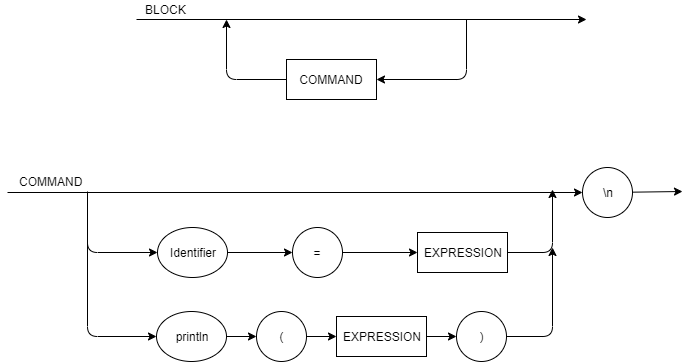
Above: diagrama-sintatico2.png in GiuPassarelli/LogicaComp (draw.io), before the change. Source tidied: cells renumbered, new cells last; positions are measured from the earlier drawing's top-left corner, leaving out a move shared by most shapes.
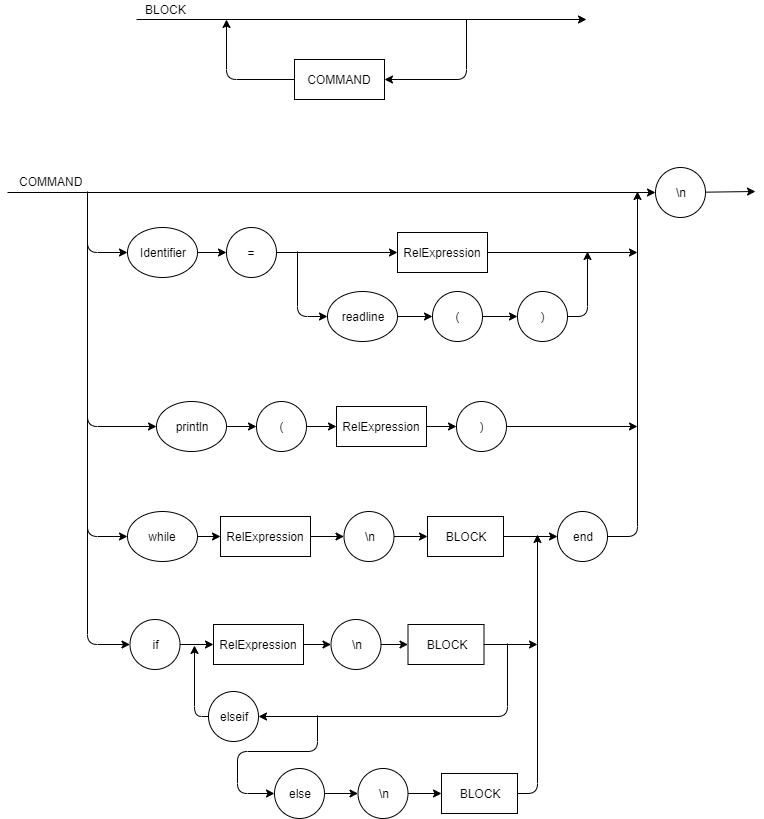
The same diagram one commit later.

The edit, as a diff of the source:
```diff
@@ -9,7 +9,7 @@
       </mxGeometry>
     </mxCell>
     <mxCell id="3" value="COMMAND" style="rounded=0;whiteSpace=wrap;html=1;" parent="1" vertex="1">
-      <mxGeometry x="279" y="59" width="90" height="40" as="geometry" />
+      <mxGeometry x="287" y="59" width="90" height="40" as="geometry" />
     </mxCell>
     <mxCell id="4" style="endArrow=classic;html=1;entryX=1;entryY=0.5;entryDx=0;entryDy=0;" parent="1" edge="1" target="3">
       <mxGeometry relative="1" as="geometry">
@@ -32,11 +32,11 @@
     </mxCell>
     <mxCell id="7" style="endArrow=classic;html=1;" parent="1" edge="1" source="8">
       <mxGeometry relative="1" as="geometry">
-        <mxPoint x="675" y="191" as="targetPoint" />
+        <mxPoint x="748" y="191" as="targetPoint" />
       </mxGeometry>
     </mxCell>
     <mxCell id="8" value="\n" style="ellipse;whiteSpace=wrap;html=1;" parent="1" vertex="1">
-      <mxGeometry x="575" y="167" width="50" height="50" as="geometry" />
+      <mxGeometry x="648" y="167" width="50" height="50" as="geometry" />
     </mxCell>
     <mxCell id="9" style="endArrow=classic;html=1;" parent="1" edge="1" target="8">
       <mxGeometry relative="1" as="geometry">
@@ -47,25 +47,17 @@
       <mxGeometry relative="1" as="geometry" />
     </mxCell>
     <mxCell id="11" value="Identifier" style="ellipse;whiteSpace=wrap;html=1;" parent="1" vertex="1">
-      <mxGeometry x="150" y="227" width="70" height="50" as="geometry" />
+      <mxGeometry x="120" y="227" width="70" height="50" as="geometry" />
     </mxCell>
     <mxCell id="12" style="edgeStyle=orthogonalEdgeStyle;rounded=0;jettySize=auto;html=1;exitX=1;exitY=0.5;exitDx=0;exitDy=0;entryX=0;entryY=0.5;entryDx=0;entryDy=0;" parent="1" edge="1" source="13" target="14">
       <mxGeometry relative="1" as="geometry" />
     </mxCell>
     <mxCell id="13" value="=" style="ellipse;whiteSpace=wrap;html=1;" parent="1" vertex="1">
-      <mxGeometry x="285" y="227" width="50" height="50" as="geometry" />
+      <mxGeometry x="219" y="227" width="50" height="50" as="geometry" />
     </mxCell>
-    <mxCell id="14" value="EXPRESSION" style="rounded=0;whiteSpace=wrap;html=1;" parent="1" vertex="1">
-      <mxGeometry x="410" y="232" width="90" height="40" as="geometry" />
+    <mxCell id="14" value="RelExpression" style="rounded=0;whiteSpace=wrap;html=1;" parent="1" vertex="1">
+      <mxGeometry x="390" y="232" width="90" height="40" as="geometry" />
     </mxCell>
-    <mxCell id="15" style="endArrow=classic;html=1;exitX=1;exitY=0.5;exitDx=0;exitDy=0;" parent="1" edge="1" source="14">
-      <mxGeometry relative="1" as="geometry">
-        <mxPoint x="545" y="189" as="targetPoint" />
-        <Array as="points">
-          <mxPoint x="545" y="252" />
-        </Array>
-      </mxGeometry>
-    </mxCell>
     <mxCell id="16" style="endArrow=classic;html=1;entryX=0;entryY=0.5;entryDx=0;entryDy=0;" parent="1" edge="1" target="11">
       <mxGeometry relative="1" as="geometry">
         <mxPoint x="80" y="191" as="sourcePoint" />
@@ -78,41 +70,203 @@
       <mxGeometry relative="1" as="geometry" />
     </mxCell>
     <mxCell id="18" value="println" style="ellipse;whiteSpace=wrap;html=1;" parent="1" vertex="1">
-      <mxGeometry x="149" y="311" width="70" height="50" as="geometry" />
+      <mxGeometry x="149" y="401" width="70" height="50" as="geometry" />
     </mxCell>
     <mxCell id="19" style="edgeStyle=orthogonalEdgeStyle;rounded=0;jettySize=auto;html=1;exitX=1;exitY=0.5;exitDx=0;exitDy=0;entryX=0;entryY=0.5;entryDx=0;entryDy=0;" parent="1" edge="1" source="20" target="22">
       <mxGeometry relative="1" as="geometry" />
     </mxCell>
     <mxCell id="20" value="(" style="ellipse;whiteSpace=wrap;html=1;" parent="1" vertex="1">
-      <mxGeometry x="249" y="311" width="50" height="50" as="geometry" />
+      <mxGeometry x="249" y="401" width="50" height="50" as="geometry" />
     </mxCell>
     <mxCell id="21" style="edgeStyle=orthogonalEdgeStyle;rounded=0;jettySize=auto;html=1;exitX=1;exitY=0.5;exitDx=0;exitDy=0;entryX=0;entryY=0.5;entryDx=0;entryDy=0;" parent="1" edge="1" source="22" target="23">
       <mxGeometry relative="1" as="geometry" />
     </mxCell>
-    <mxCell id="22" value="EXPRESSION" style="rounded=0;whiteSpace=wrap;html=1;" parent="1" vertex="1">
-      <mxGeometry x="329" y="316" width="90" height="40" as="geometry" />
+    <mxCell id="22" value="RelExpression" style="rounded=0;whiteSpace=wrap;html=1;" parent="1" vertex="1">
+      <mxGeometry x="329" y="406" width="90" height="40" as="geometry" />
     </mxCell>
     <mxCell id="23" value=")" style="ellipse;whiteSpace=wrap;html=1;" parent="1" vertex="1">
-      <mxGeometry x="449" y="311" width="50" height="50" as="geometry" />
+      <mxGeometry x="449" y="401" width="50" height="50" as="geometry" />
     </mxCell>
     <mxCell id="24" style="endArrow=classic;html=1;entryX=0;entryY=0.5;entryDx=0;entryDy=0;" parent="1" edge="1" target="18">
       <mxGeometry relative="1" as="geometry">
         <mxPoint x="80" y="231" as="sourcePoint" />
         <Array as="points">
-          <mxPoint x="80" y="336" />
+          <mxPoint x="80" y="426" />
         </Array>
       </mxGeometry>
     </mxCell>
-    <mxCell id="25" style="endArrow=classic;html=1;exitX=1;exitY=0.5;exitDx=0;exitDy=0;" parent="1" edge="1" source="23">
+    <mxCell id="25" style="endArrow=classic;html=1;exitX=1;exitY=0.5;exitDx=0;exitDy=0;" parent="1" edge="1" source="43">
       <mxGeometry relative="1" as="geometry">
-        <mxPoint x="545" y="247" as="targetPoint" />
+        <mxPoint x="630" y="191" as="targetPoint" />
         <Array as="points">
-          <mxPoint x="545" y="336" />
+          <mxPoint x="630" y="536" />
         </Array>
       </mxGeometry>
     </mxCell>
     <mxCell id="26" value="COMMAND" style="text;html=1;align=left;verticalAlign=top;spacingTop=-4;" parent="1" vertex="1">
       <mxGeometry x="10" y="172" width="80" height="20" as="geometry" />
     </mxCell>
+    <mxCell id="27" style="endArrow=classic;html=1;exitX=1;exitY=0.5;exitDx=0;exitDy=0;" parent="1" edge="1" source="14">
+      <mxGeometry relative="1" as="geometry">
+        <mxPoint x="630" y="252" as="targetPoint" />
+      </mxGeometry>
+    </mxCell>
+    <mxCell id="28" value="readline" style="ellipse;whiteSpace=wrap;html=1;" parent="1" vertex="1">
+      <mxGeometry x="320" y="291" width="70" height="50" as="geometry" />
+    </mxCell>
+    <mxCell id="29" style="edgeStyle=orthogonalEdgeStyle;rounded=0;jettySize=auto;html=1;exitX=1;exitY=0.5;exitDx=0;exitDy=0;entryX=0;entryY=0.5;entryDx=0;entryDy=0;" parent="1" edge="1" source="28" target="30">
+      <mxGeometry relative="1" as="geometry" />
+    </mxCell>
+    <mxCell id="30" value="(" style="ellipse;whiteSpace=wrap;html=1;" parent="1" vertex="1">
+      <mxGeometry x="425" y="291" width="50" height="50" as="geometry" />
+    </mxCell>
+    <mxCell id="31" style="edgeStyle=orthogonalEdgeStyle;rounded=0;jettySize=auto;html=1;exitX=1;exitY=0.5;exitDx=0;exitDy=0;entryX=0;entryY=0.5;entryDx=0;entryDy=0;" parent="1" edge="1" source="30" target="32">
+      <mxGeometry relative="1" as="geometry" />
+    </mxCell>
+    <mxCell id="32" value=")" style="ellipse;whiteSpace=wrap;html=1;" parent="1" vertex="1">
+      <mxGeometry x="510" y="291" width="50" height="50" as="geometry" />
+    </mxCell>
+    <mxCell id="33" style="endArrow=classic;html=1;entryX=0;entryY=0.5;entryDx=0;entryDy=0;" parent="1" edge="1" target="28">
+      <mxGeometry relative="1" as="geometry">
+        <mxPoint x="290" y="251" as="sourcePoint" />
+        <Array as="points">
+          <mxPoint x="290" y="316" />
+        </Array>
+      </mxGeometry>
+    </mxCell>
+    <mxCell id="34" style="endArrow=classic;html=1;exitX=1;exitY=0.5;exitDx=0;exitDy=0;" parent="1" edge="1" source="32">
+      <mxGeometry relative="1" as="geometry">
+        <mxPoint x="580" y="251" as="targetPoint" />
+        <Array as="points">
+          <mxPoint x="580" y="316" />
+        </Array>
+      </mxGeometry>
+    </mxCell>
+    <mxCell id="35" value="while" style="ellipse;whiteSpace=wrap;html=1;" parent="1" vertex="1">
+      <mxGeometry x="120" y="511" width="70" height="50" as="geometry" />
+    </mxCell>
+    <mxCell id="36" value="RelExpression" style="rounded=0;whiteSpace=wrap;html=1;" parent="1" vertex="1">
+      <mxGeometry x="213" y="516" width="90" height="40" as="geometry" />
+    </mxCell>
+    <mxCell id="37" style="endArrow=classic;html=1;entryX=0;entryY=0.5;entryDx=0;entryDy=0;exitX=1;exitY=0.5;exitDx=0;exitDy=0;" parent="1" edge="1" source="35" target="36">
+      <mxGeometry relative="1" as="geometry" />
+    </mxCell>
+    <mxCell id="38" value="BLOCK" style="rounded=0;whiteSpace=wrap;html=1;" parent="1" vertex="1">
+      <mxGeometry x="420" y="516" width="76" height="40" as="geometry" />
+    </mxCell>
+    <mxCell id="39" value="\n" style="ellipse;whiteSpace=wrap;html=1;" parent="1" vertex="1">
+      <mxGeometry x="336.5" y="511" width="50" height="50" as="geometry" />
+    </mxCell>
+    <mxCell id="40" style="endArrow=classic;html=1;exitX=1;exitY=0.5;exitDx=0;exitDy=0;entryX=0;entryY=0.5;entryDx=0;entryDy=0;" parent="1" edge="1" source="36" target="39">
+      <mxGeometry relative="1" as="geometry" />
+    </mxCell>
+    <mxCell id="41" style="endArrow=classic;html=1;exitX=1;exitY=0.5;exitDx=0;exitDy=0;entryX=0;entryY=0.5;entryDx=0;entryDy=0;" parent="1" edge="1" source="39" target="38">
+      <mxGeometry relative="1" as="geometry" />
+    </mxCell>
+    <mxCell id="42" style="endArrow=classic;html=1;exitX=1;exitY=0.5;exitDx=0;exitDy=0;entryX=0;entryY=0.5;entryDx=0;entryDy=0;" parent="1" edge="1" source="38" target="43">
+      <mxGeometry relative="1" as="geometry" />
+    </mxCell>
+    <mxCell id="43" value="end" style="ellipse;whiteSpace=wrap;html=1;" parent="1" vertex="1">
+      <mxGeometry x="550" y="511" width="50" height="50" as="geometry" />
+    </mxCell>
+    <mxCell id="44" style="endArrow=classic;html=1;entryX=0;entryY=0.5;entryDx=0;entryDy=0;" parent="1" edge="1" target="35">
+      <mxGeometry relative="1" as="geometry">
+        <mxPoint x="80" y="401" as="sourcePoint" />
+        <Array as="points">
+          <mxPoint x="80" y="536" />
+        </Array>
+      </mxGeometry>
+    </mxCell>
+    <mxCell id="45" value="RelExpression" style="rounded=0;whiteSpace=wrap;html=1;" parent="1" vertex="1">
+      <mxGeometry x="206" y="624" width="90" height="40" as="geometry" />
+    </mxCell>
+    <mxCell id="46" style="endArrow=classic;html=1;entryX=0;entryY=0.5;entryDx=0;entryDy=0;exitX=1;exitY=0.5;exitDx=0;exitDy=0;" parent="1" edge="1" source="52" target="45">
+      <mxGeometry relative="1" as="geometry" />
+    </mxCell>
+    <mxCell id="47" value="BLOCK" style="rounded=0;whiteSpace=wrap;html=1;" parent="1" vertex="1">
+      <mxGeometry x="400.5" y="624" width="76" height="40" as="geometry" />
+    </mxCell>
+    <mxCell id="48" value="\n" style="ellipse;whiteSpace=wrap;html=1;" parent="1" vertex="1">
+      <mxGeometry x="323.5" y="619" width="50" height="50" as="geometry" />
+    </mxCell>
+    <mxCell id="49" style="endArrow=classic;html=1;exitX=1;exitY=0.5;exitDx=0;exitDy=0;entryX=0;entryY=0.5;entryDx=0;entryDy=0;" parent="1" edge="1" source="45" target="48">
+      <mxGeometry relative="1" as="geometry" />
+    </mxCell>
+    <mxCell id="50" style="endArrow=classic;html=1;exitX=1;exitY=0.5;exitDx=0;exitDy=0;entryX=0;entryY=0.5;entryDx=0;entryDy=0;" parent="1" edge="1" source="48" target="47">
+      <mxGeometry relative="1" as="geometry" />
+    </mxCell>
+    <mxCell id="51" style="endArrow=classic;html=1;exitX=1;exitY=0.5;exitDx=0;exitDy=0;" parent="1" edge="1" source="59">
+      <mxGeometry relative="1" as="geometry">
+        <mxPoint x="530" y="534" as="targetPoint" />
+        <Array as="points">
+          <mxPoint x="530" y="793" />
+        </Array>
+      </mxGeometry>
+    </mxCell>
+    <mxCell id="52" value="if" style="ellipse;whiteSpace=wrap;html=1;" parent="1" vertex="1">
+      <mxGeometry x="122.5" y="619" width="50" height="50" as="geometry" />
+    </mxCell>
+    <mxCell id="53" style="endArrow=classic;html=1;entryX=0;entryY=0.5;entryDx=0;entryDy=0;" parent="1" edge="1" target="52">
+      <mxGeometry relative="1" as="geometry">
+        <mxPoint x="80" y="511" as="sourcePoint" />
+        <Array as="points">
+          <mxPoint x="80" y="644" />
+        </Array>
+      </mxGeometry>
+    </mxCell>
+    <mxCell id="54" style="endArrow=classic;html=1;exitX=1;exitY=0.5;exitDx=0;exitDy=0;" parent="1" edge="1" source="23">
+      <mxGeometry relative="1" as="geometry">
+        <mxPoint x="630" y="426" as="targetPoint" />
+      </mxGeometry>
+    </mxCell>
+    <mxCell id="55" value="elseif" style="ellipse;whiteSpace=wrap;html=1;" parent="1" vertex="1">
+      <mxGeometry x="201" y="691" width="50" height="50" as="geometry" />
+    </mxCell>
+    <mxCell id="56" style="endArrow=classic;html=1;entryX=1;entryY=0.5;entryDx=0;entryDy=0;" parent="1" edge="1" target="55">
+      <mxGeometry relative="1" as="geometry">
+        <mxPoint x="500" y="643" as="sourcePoint" />
+        <Array as="points">
+          <mxPoint x="500" y="716" />
+        </Array>
+      </mxGeometry>
+    </mxCell>
+    <mxCell id="57" style="endArrow=classic;html=1;exitX=0;exitY=0.5;exitDx=0;exitDy=0;" parent="1" edge="1" source="55">
+      <mxGeometry relative="1" as="geometry">
+        <mxPoint x="187" y="645" as="targetPoint" />
+        <Array as="points">
+          <mxPoint x="187" y="716" />
+        </Array>
+      </mxGeometry>
+    </mxCell>
+    <mxCell id="58" value="else" style="ellipse;whiteSpace=wrap;html=1;" parent="1" vertex="1">
+      <mxGeometry x="267" y="768" width="50" height="50" as="geometry" />
+    </mxCell>
+    <mxCell id="59" value="BLOCK" style="rounded=0;whiteSpace=wrap;html=1;" parent="1" vertex="1">
+      <mxGeometry x="434" y="773" width="76" height="40" as="geometry" />
+    </mxCell>
+    <mxCell id="60" value="\n" style="ellipse;whiteSpace=wrap;html=1;" parent="1" vertex="1">
+      <mxGeometry x="350.5" y="768" width="50" height="50" as="geometry" />
+    </mxCell>
+    <mxCell id="61" style="endArrow=classic;html=1;entryX=0;entryY=0.5;entryDx=0;entryDy=0;exitX=1;exitY=0.5;exitDx=0;exitDy=0;" parent="1" edge="1" source="58" target="60">
+      <mxGeometry relative="1" as="geometry" />
+    </mxCell>
+    <mxCell id="62" style="endArrow=classic;html=1;exitX=1;exitY=0.5;exitDx=0;exitDy=0;entryX=0;entryY=0.5;entryDx=0;entryDy=0;" parent="1" edge="1" source="60" target="59">
+      <mxGeometry relative="1" as="geometry" />
+    </mxCell>
+    <mxCell id="63" style="endArrow=classic;html=1;entryX=0;entryY=0.5;entryDx=0;entryDy=0;" parent="1" edge="1" target="58">
+      <mxGeometry relative="1" as="geometry">
+        <mxPoint x="310" y="715" as="sourcePoint" />
+        <Array as="points">
+          <mxPoint x="310" y="751" />
+          <mxPoint x="230" y="751" />
+          <mxPoint x="230" y="793" />
+        </Array>
+      </mxGeometry>
+    </mxCell>
+    <mxCell id="64" style="endArrow=classic;html=1;exitX=1;exitY=0.5;exitDx=0;exitDy=0;" parent="1" edge="1" source="47">
+      <mxGeometry relative="1" as="geometry">
+        <mxPoint x="530" y="644" as="targetPoint" />
+      </mxGeometry>
+    </mxCell>
   </root>
 </mxGraphModel>
```
